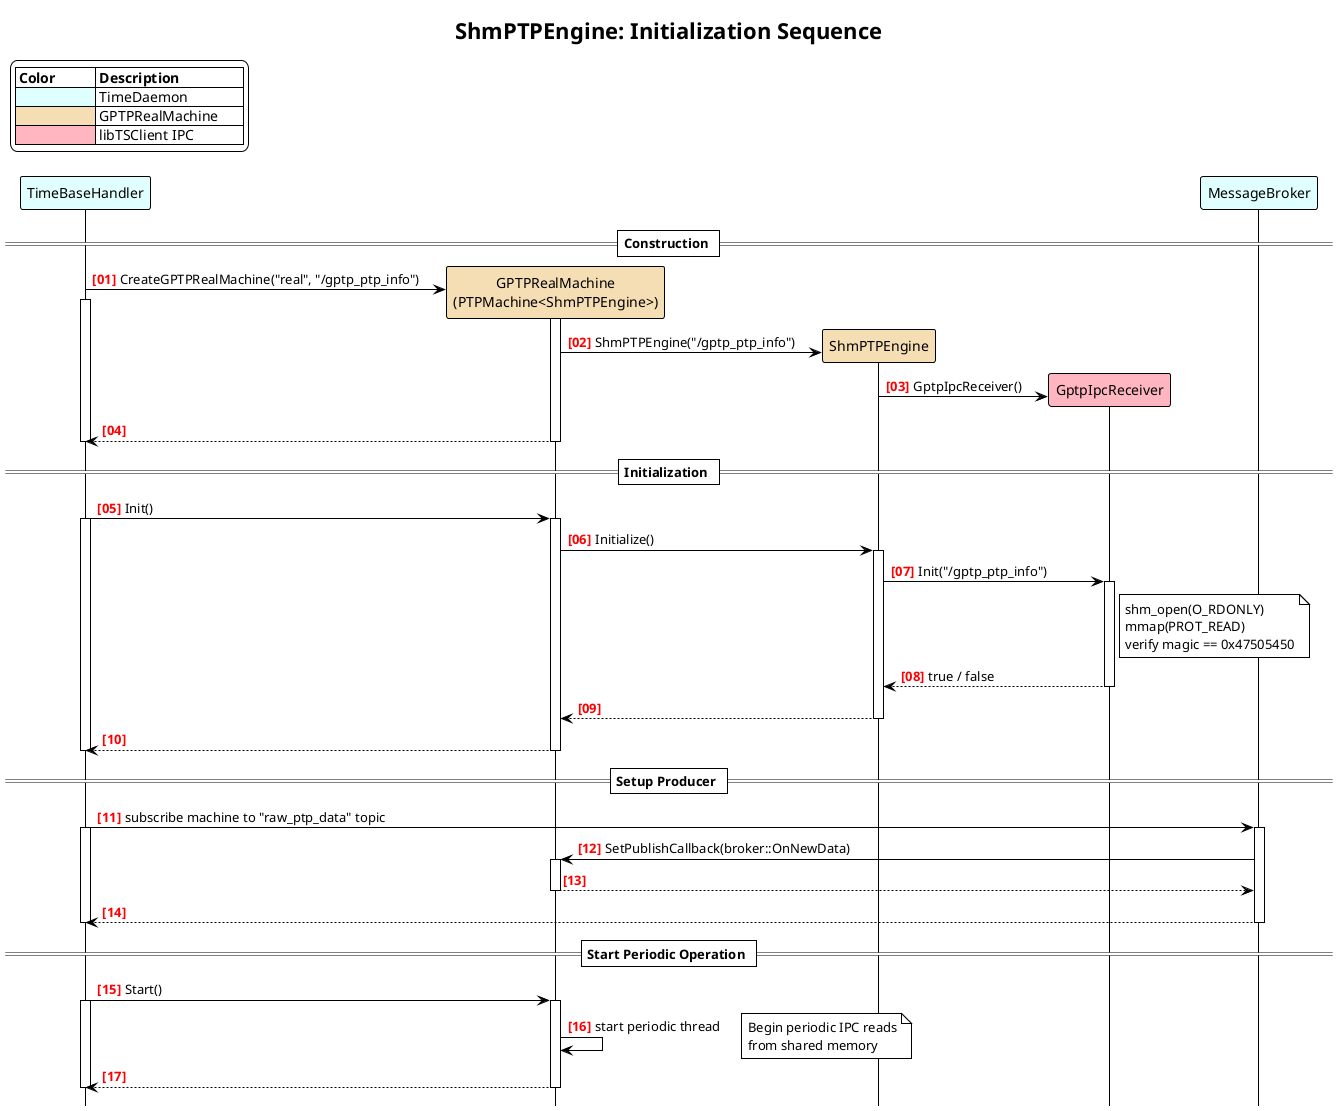
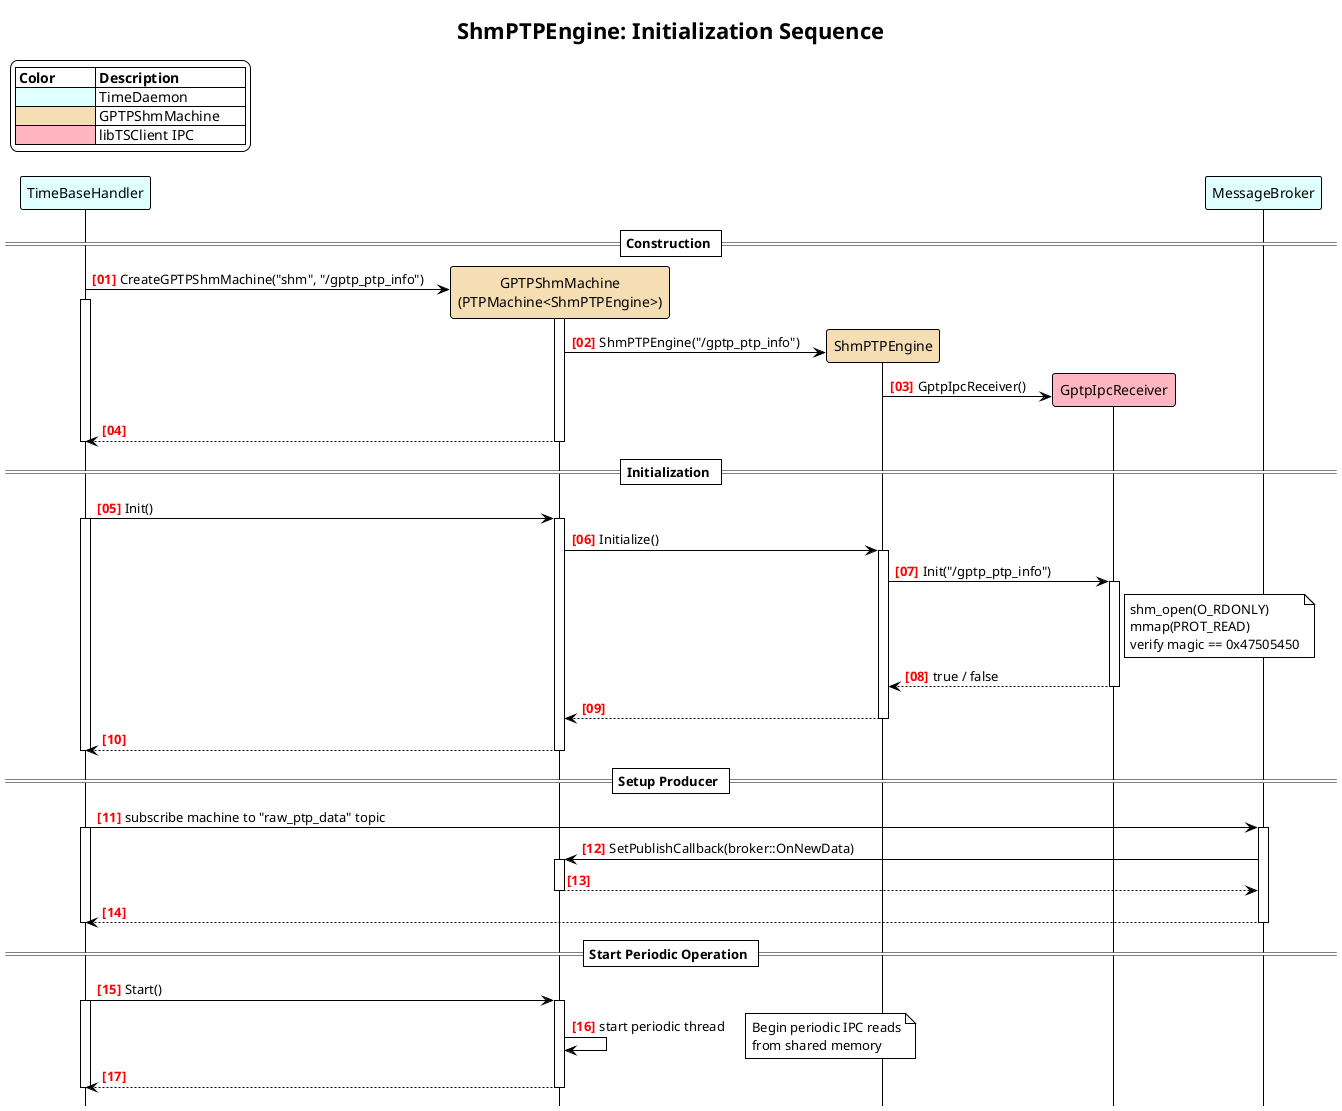
@startuml shm_ptp_engine_init_seq
!theme plain

title ShmPTPEngine: Initialization Sequence

hide footbox
autonumber "<font color=red><b>[00]"

legend top left
    |= Color           |= Description         |
    | <#LightCyan>     | TimeDaemon           |
-     | <#Wheat>         | GPTPRealMachine       |
+     | <#Wheat>         | GPTPShmMachine       |
    | <#LightPink>     | libTSClient IPC       |
endlegend

participant "TimeBaseHandler" as tb #LightCyan
- participant "GPTPRealMachine\n(PTPMachine<ShmPTPEngine>)" as machine #Wheat
+ participant "GPTPShmMachine\n(PTPMachine<ShmPTPEngine>)" as machine #Wheat
participant "ShmPTPEngine" as engine #Wheat
participant "GptpIpcReceiver" as receiver #LightPink
participant "MessageBroker" as broker #LightCyan

== Construction ==

- tb -> machine ** : CreateGPTPRealMachine("real", "/gptp_ptp_info")
+ tb -> machine ** : CreateGPTPShmMachine("shm", "/gptp_ptp_info")
activate tb
activate machine
machine -> engine ** : ShmPTPEngine("/gptp_ptp_info")
engine -> receiver ** : GptpIpcReceiver()
machine --> tb
deactivate machine
deactivate tb

== Initialization ==

tb -> machine : Init()
activate tb
activate machine
machine -> engine : Initialize()
activate engine
engine -> receiver : Init("/gptp_ptp_info")
activate receiver
note right of receiver
    shm_open(O_RDONLY)
    mmap(PROT_READ)
    verify magic == 0x47505450
end note
receiver --> engine : true / false
deactivate receiver
engine --> machine
deactivate engine
machine --> tb
deactivate machine
deactivate tb

== Setup Producer ==

tb -> broker : subscribe machine to "raw_ptp_data" topic
activate tb
activate broker
broker -> machine : SetPublishCallback(broker::OnNewData)
activate machine
machine --> broker
deactivate machine
broker --> tb
deactivate broker
deactivate tb

== Start Periodic Operation ==

tb -> machine : Start()
activate tb
activate machine
machine -> machine : start periodic thread
note right
    Begin periodic IPC reads
    from shared memory
end note
machine --> tb
deactivate machine
deactivate tb

@enduml
